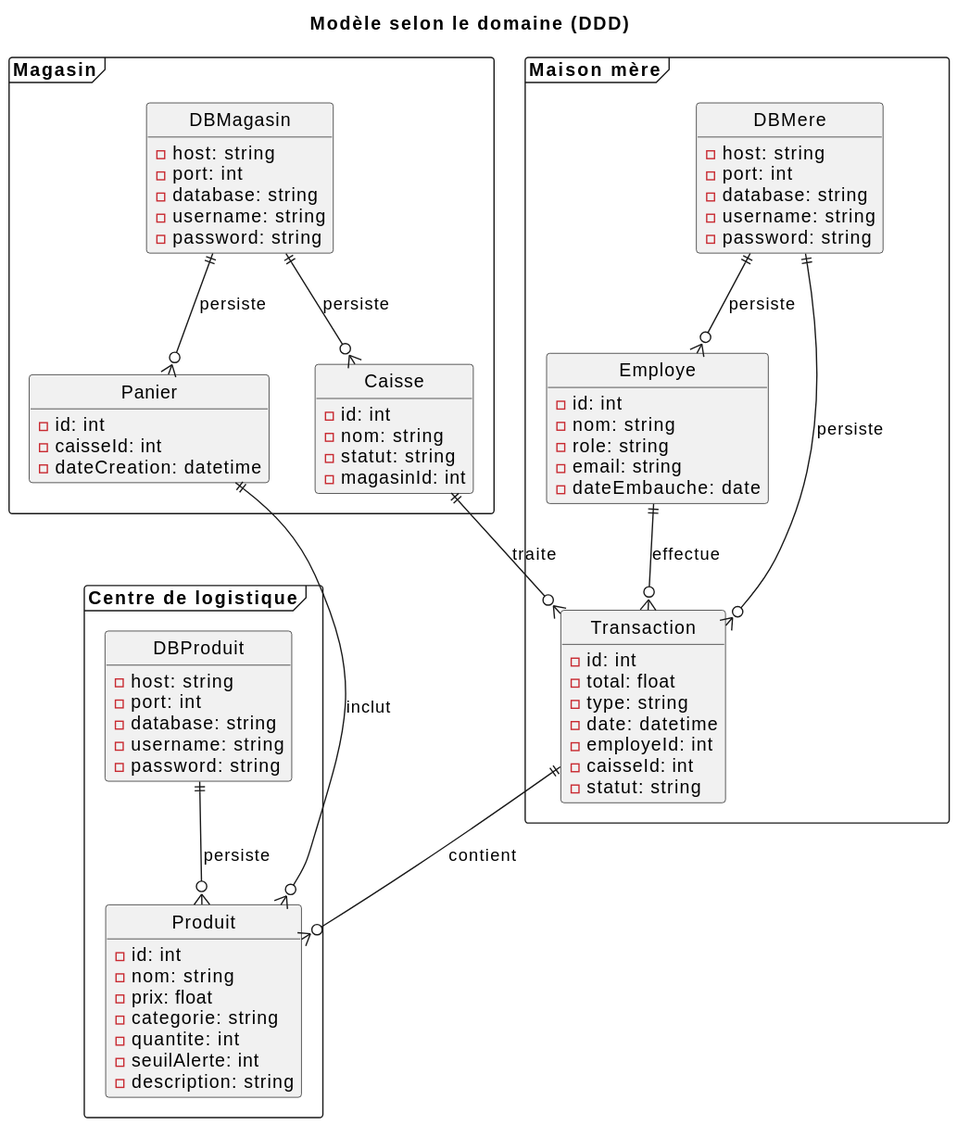
The PlantUML diagram docs/uml/exports/DDD.svg in SunnyKentz/labo-5-log430, before a commit. Source of this version:
```plantuml
@startuml
hide circle
hide method

title Modèle selon le domaine (DDD)

package "Maison mère" <<Frame>> {
  class Employe {
    -id: int
    -nom: string
    -role: string
    -email: string
    -dateEmbauche: date
  }

  class Transaction {
    -id: int
    -total: float
    -type: string
    -date: datetime
    -employeId: int
    -caisseId: int
    -statut: string
  }

  class DBMere {
    -host: string
    -port: int
    -database: string
    -username: string
    -password: string
  }
}

package "Magasin" <<Frame>> {
  class Caisse {
    -id: int
    -nom: string
    -statut: string
    -magasinId: int
  }

  class Panier {
    -id: int
    -caisseId: int
    -dateCreation: datetime
  }

  class DBMagasin {
    -host: string
    -port: int
    -database: string
    -username: string
    -password: string
  }
}

package "Centre de logistique" <<Frame>> {
  class Produit {
    -id: int
    -nom: string
    -prix: float
    -categorie: string
    -quantite: int
    -seuilAlerte: int
    -description: string
  }

  class DBProduit {
    -host: string
    -port: int
    -database: string
    -username: string
    -password: string
  }
}

Employe ||--o{ Transaction : "effectue"
Caisse ||--o{ Transaction : "traite"
Transaction ||--o{ Produit : "contient"
Panier ||--o{ Produit : "inclut"

DBMere ||--o{ Employe : "persiste"
DBMere ||--o{ Transaction : "persiste"
DBMagasin ||--o{ Caisse : "persiste"
DBMagasin ||--o{ Panier : "persiste"
DBProduit ||--o{ Produit : "persiste"
@enduml
```
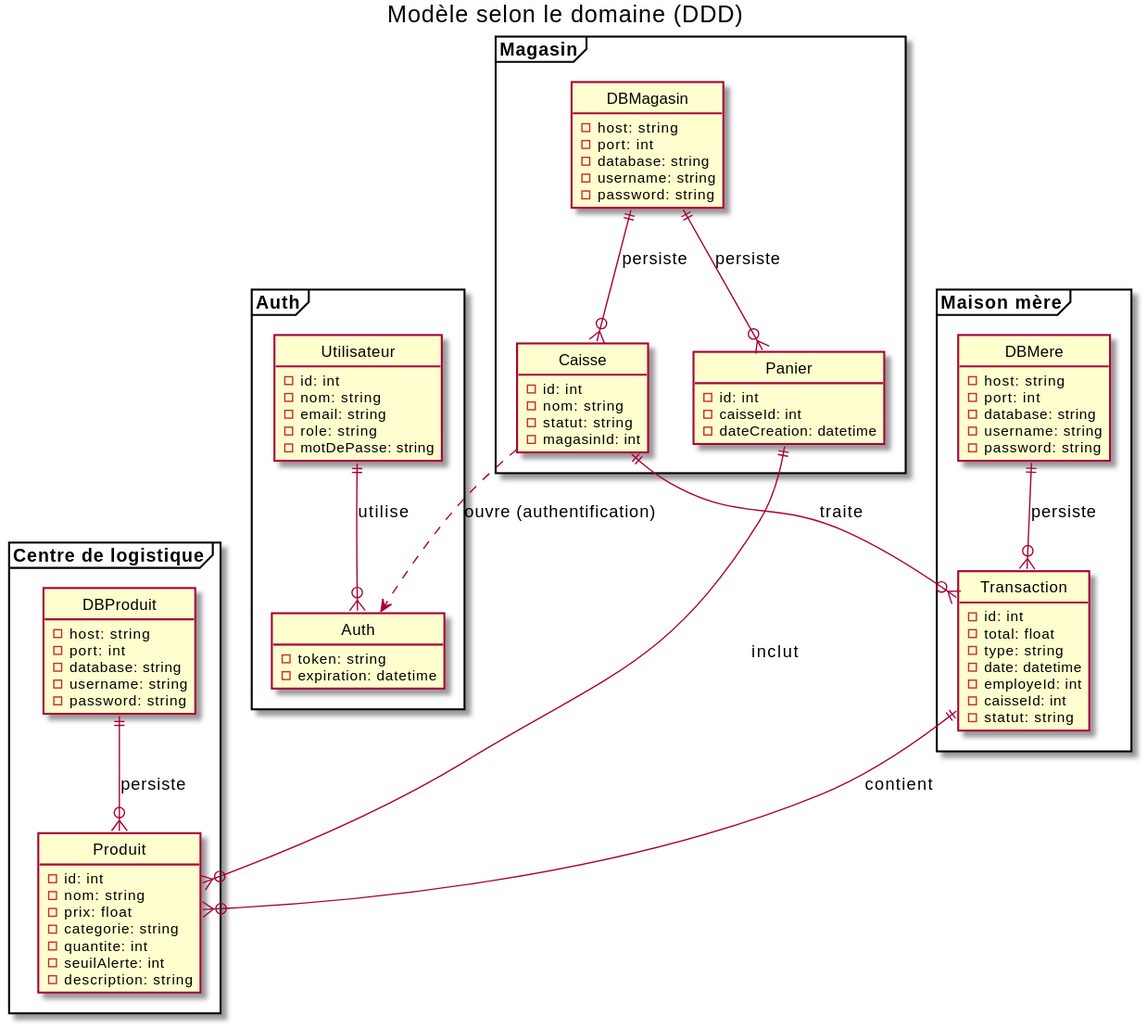
After the commit.

Diff of the diagram source:
```diff
@@ -1,18 +1,11 @@
 @startuml
+
 hide circle
 hide method
 
 title Modèle selon le domaine (DDD)
 
 package "Maison mère" <<Frame>> {
-  class Employe {
-    -id: int
-    -nom: string
-    -role: string
-    -email: string
-    -dateEmbauche: date
-  }
-
   class Transaction {
     -id: int
     -total: float
@@ -75,14 +68,34 @@
   }
 }
 
-Employe ||--o{ Transaction : "effectue"
+package "Auth" <<Frame>> {
+  class Utilisateur {
+    -id: int
+    -nom: string
+    -email: string
+    -role: string
+    -motDePasse: string
+  }
+
+  class Auth {
+    -token: string
+    -expiration: datetime
+    +authentifier(email: string, motDePasse: string): bool
+    +genererToken(utilisateurId: int): string
+  }
+}
+
 Caisse ||--o{ Transaction : "traite"
 Transaction ||--o{ Produit : "contient"
 Panier ||--o{ Produit : "inclut"
 
-DBMere ||--o{ Employe : "persiste"
 DBMere ||--o{ Transaction : "persiste"
 DBMagasin ||--o{ Caisse : "persiste"
 DBMagasin ||--o{ Panier : "persiste"
 DBProduit ||--o{ Produit : "persiste"
+
+Utilisateur ||--o{ Auth : "utilise"
+
+Caisse ..> Auth : "ouvre (authentification)"
+
 @enduml
```
